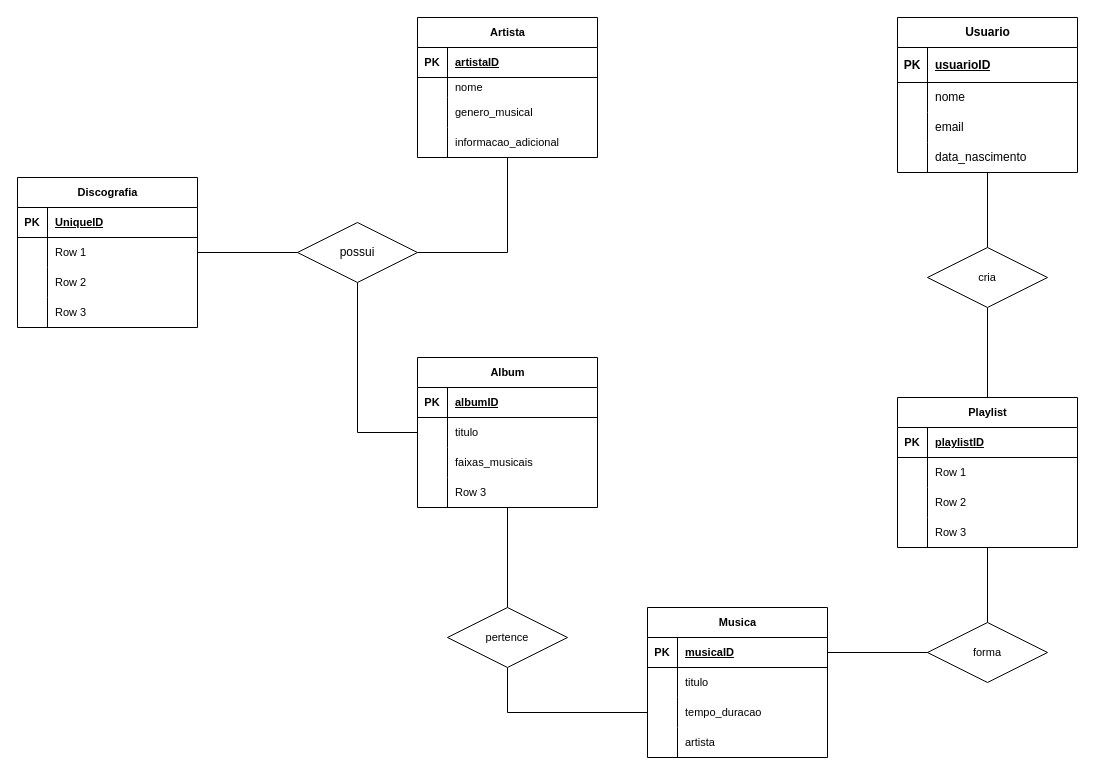
The draw.io diagram sonzao.drawio in cadullira/facorganizacao, before the edit. Source tidied: cells renumbered, new cells numbered last; positions are measured from the earlier drawing's top-left corner, leaving out a move shared by most shapes. Both pictures are drawn from the tidied source at 100%, with x=0, y=0 at pixel (17, 17).
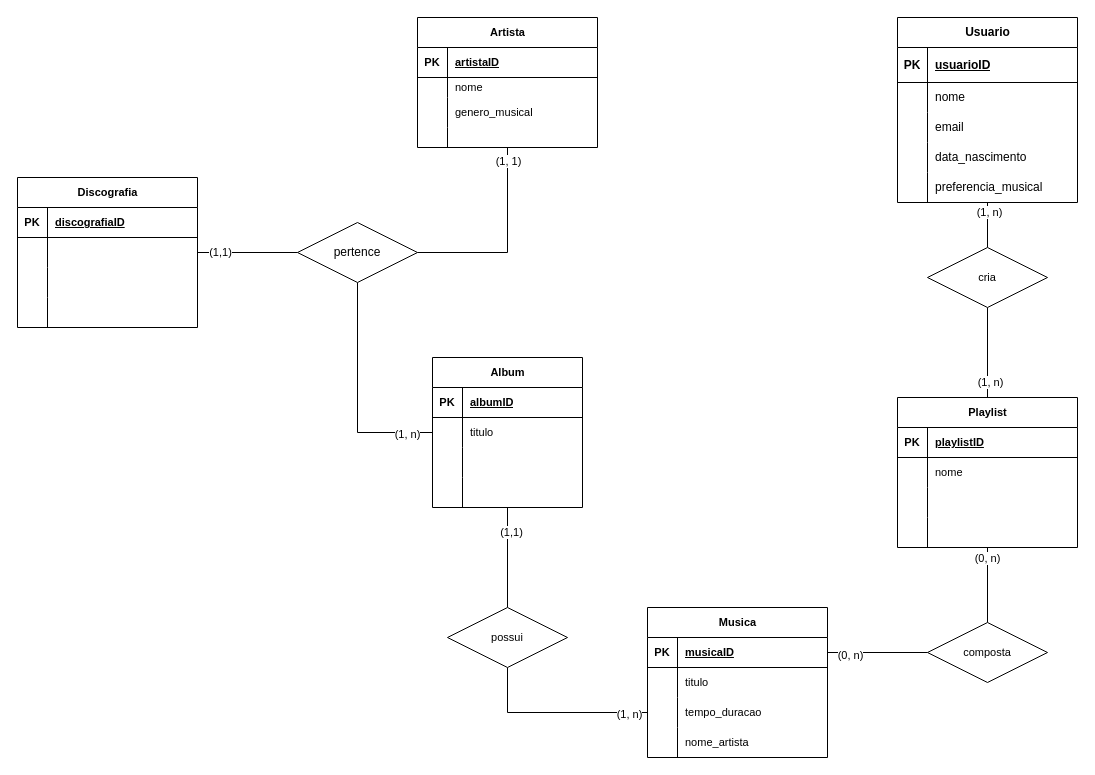
The same page after the edit.

Commit message:
Finaliza sonzao.drawio para envio

The change refers to these unchanged cells:
```xml
<mxCell id="2" style="edgeStyle=orthogonalEdgeStyle;rounded=0;jettySize=auto;html=1;strokeColor=default;align=center;verticalAlign=middle;fontFamily=Helvetica;fontSize=11;fontColor=default;labelBackgroundColor=default;endArrow=none;endFill=0;" parent="1" edge="1" source="3" target="90">
  <mxGeometry relative="1" as="geometry" />
</mxCell>
<mxCell id="16" style="edgeStyle=orthogonalEdgeStyle;rounded=0;jettySize=auto;html=1;strokeColor=default;align=center;verticalAlign=middle;fontFamily=Helvetica;fontSize=11;fontColor=default;labelBackgroundColor=default;endArrow=none;endFill=0;" parent="1" edge="1" source="18" target="78">
  <mxGeometry relative="1" as="geometry" />
</mxCell>
<mxCell id="17" style="edgeStyle=orthogonalEdgeStyle;rounded=0;jettySize=auto;html=1;entryX=0;entryY=0.5;entryDx=0;entryDy=0;strokeColor=default;align=center;verticalAlign=middle;fontFamily=Helvetica;fontSize=11;fontColor=default;labelBackgroundColor=default;endArrow=none;endFill=0;" parent="1" edge="1" source="18" target="38">
  <mxGeometry relative="1" as="geometry" />
</mxCell>
<mxCell id="19" style="edgeStyle=orthogonalEdgeStyle;rounded=0;jettySize=auto;html=1;entryX=1;entryY=0.5;entryDx=0;entryDy=0;strokeColor=default;align=center;verticalAlign=middle;fontFamily=Helvetica;fontSize=11;fontColor=default;labelBackgroundColor=default;endArrow=none;endFill=0;" parent="1" edge="1" source="20" target="18">
  <mxGeometry relative="1" as="geometry" />
</mxCell>
<mxCell id="33" style="edgeStyle=orthogonalEdgeStyle;rounded=0;jettySize=auto;html=1;entryX=0.5;entryY=0;entryDx=0;entryDy=0;strokeColor=default;align=center;verticalAlign=middle;fontFamily=Helvetica;fontSize=11;fontColor=default;labelBackgroundColor=default;endArrow=none;endFill=0;" parent="1" edge="1" source="34" target="88">
  <mxGeometry relative="1" as="geometry" />
</mxCell>
<mxCell id="47" style="edgeStyle=orthogonalEdgeStyle;rounded=0;jettySize=auto;html=1;entryX=0.5;entryY=0;entryDx=0;entryDy=0;strokeColor=default;align=center;verticalAlign=middle;fontFamily=Helvetica;fontSize=11;fontColor=default;labelBackgroundColor=default;endArrow=none;endFill=0;" parent="1" edge="1" source="48" target="92">
  <mxGeometry relative="1" as="geometry" />
</mxCell>
<mxCell id="52" style="shape=tableRow;horizontal=0;startSize=0;swimlaneHead=0;swimlaneBody=0;fillColor=none;top=0;left=0;right=0;bottom=0;fontFamily=Helvetica;fontSize=11;fontColor=default;labelBackgroundColor=default;" parent="48" vertex="1">
  <mxGeometry y="60" width="180" height="30" as="geometry" />
</mxCell>
<mxCell id="55" style="shape=tableRow;horizontal=0;startSize=0;swimlaneHead=0;swimlaneBody=0;fillColor=none;top=0;left=0;right=0;bottom=0;fontFamily=Helvetica;fontSize=11;fontColor=default;labelBackgroundColor=default;" parent="48" vertex="1">
  <mxGeometry y="90" width="180" height="30" as="geometry" />
</mxCell>
<mxCell id="58" style="shape=tableRow;horizontal=0;startSize=0;swimlaneHead=0;swimlaneBody=0;fillColor=none;top=0;left=0;right=0;bottom=0;fontFamily=Helvetica;fontSize=11;fontColor=default;labelBackgroundColor=default;" parent="48" vertex="1">
  <mxGeometry y="120" width="180" height="30" as="geometry" />
</mxCell>
<mxCell id="71" style="shape=tableRow;horizontal=0;startSize=0;swimlaneHead=0;swimlaneBody=0;fillColor=none;top=0;left=0;right=0;bottom=0;fontFamily=Helvetica;fontSize=11;fontColor=default;labelBackgroundColor=default;" parent="61" vertex="1">
  <mxGeometry y="120" width="180" height="30" as="geometry" />
</mxCell>
<mxCell id="75" style="shape=tableRow;horizontal=0;startSize=0;swimlaneHead=0;swimlaneBody=0;fillColor=none;top=0;left=0;right=0;bottom=1;fontFamily=Helvetica;fontSize=11;fontColor=default;labelBackgroundColor=default;" parent="74" vertex="1">
  <mxGeometry y="30" width="180" height="30" as="geometry" />
</mxCell>
<mxCell id="78" style="shape=tableRow;horizontal=0;startSize=0;swimlaneHead=0;swimlaneBody=0;fillColor=none;points=[[0,0.5],[1,0.5]];portConstraint=eastwest;top=0;left=0;right=0;bottom=0;fontFamily=Helvetica;fontSize=11;fontColor=default;labelBackgroundColor=default;" parent="74" vertex="1">
  <mxGeometry y="60" width="180" height="30" as="geometry" />
</mxCell>
<mxCell id="81" style="shape=tableRow;horizontal=0;startSize=0;swimlaneHead=0;swimlaneBody=0;fillColor=none;top=0;left=0;right=0;bottom=0;fontFamily=Helvetica;fontSize=11;fontColor=default;labelBackgroundColor=default;" parent="74" vertex="1">
  <mxGeometry y="90" width="180" height="30" as="geometry" />
</mxCell>
<mxCell id="84" style="shape=tableRow;horizontal=0;startSize=0;swimlaneHead=0;swimlaneBody=0;fillColor=none;top=0;left=0;right=0;bottom=0;fontFamily=Helvetica;fontSize=11;fontColor=default;labelBackgroundColor=default;" parent="74" vertex="1">
  <mxGeometry y="120" width="180" height="30" as="geometry" />
</mxCell>
<mxCell id="87" style="edgeStyle=orthogonalEdgeStyle;rounded=0;jettySize=auto;html=1;entryX=0;entryY=0.5;entryDx=0;entryDy=0;strokeColor=default;align=center;verticalAlign=middle;fontFamily=Helvetica;fontSize=11;fontColor=default;labelBackgroundColor=default;endArrow=none;endFill=0;" parent="1" edge="1" source="88" target="68">
  <mxGeometry relative="1" as="geometry" />
</mxCell>
<mxCell id="89" style="edgeStyle=orthogonalEdgeStyle;rounded=0;jettySize=auto;html=1;entryX=0.5;entryY=0;entryDx=0;entryDy=0;strokeColor=default;align=center;verticalAlign=middle;fontFamily=Helvetica;fontSize=11;fontColor=default;labelBackgroundColor=default;endArrow=none;endFill=0;" parent="1" edge="1" source="90" target="48">
  <mxGeometry relative="1" as="geometry" />
</mxCell>
<mxCell id="91" style="edgeStyle=orthogonalEdgeStyle;rounded=0;jettySize=auto;html=1;strokeColor=default;align=center;verticalAlign=middle;fontFamily=Helvetica;fontSize=11;fontColor=default;labelBackgroundColor=default;endArrow=none;endFill=0;" parent="1" edge="1" source="92" target="62">
  <mxGeometry relative="1" as="geometry" />
</mxCell>
```

The edit, as a diff of the source:
```diff
@@
+    <mxCell id="93" value="(1, n)" style="edgeLabel;html=1;align=center;verticalAlign=middle;" parent="2" vertex="1">
+      <mxGeometry x="-0.6" y="1" relative="1" as="geometry" />
+    </mxCell>
     <mxCell id="3" value="Usuario" style="shape=table;startSize=30;childLayout=tableLayout;rowLines=0;fontStyle=1;align=center;html=1;" parent="1" vertex="1">
-      <mxGeometry x="880" width="180" height="155" as="geometry" />
+      <mxGeometry x="880" width="180" height="185" as="geometry" />
     </mxCell>
@@
+    <mxCell id="94" style="shape=tableRow;horizontal=0;startSize=0;swimlaneHead=0;swimlaneBody=0;fillColor=none;top=0;left=0;right=0;bottom=0;" parent="3" vertex="1">
+      <mxGeometry y="155" width="180" height="30" as="geometry" />
+    </mxCell>
+    <mxCell id="95" style="shape=partialRectangle;fillColor=none;top=0;left=0;bottom=0;right=0;overflow=hidden;whiteSpace=wrap;html=1;" parent="94" vertex="1">
+      <mxGeometry width="30" height="30" as="geometry" />
+    </mxCell>
+    <mxCell id="96" value="preferencia_musical" style="shape=partialRectangle;fillColor=none;top=0;left=0;bottom=0;right=0;align=left;spacingLeft=6;overflow=hidden;whiteSpace=wrap;html=1;" parent="94" vertex="1">
+      <mxGeometry x="30" width="150" height="30" as="geometry" />
+    </mxCell>
@@
+    <mxCell id="97" value="(1,1)" style="edgeLabel;html=1;align=center;verticalAlign=middle;" parent="16" vertex="1">
+      <mxGeometry x="0.57" y="-1" relative="1" as="geometry" />
+    </mxCell>
@@
+    <mxCell id="98" value="(1, n)" style="edgeLabel;html=1;align=center;verticalAlign=middle;" parent="17" vertex="1">
+      <mxGeometry x="0.77" y="-1" relative="1" as="geometry" />
+    </mxCell>
-    <mxCell id="18" value="possui" style="shape=rhombus;perimeter=rhombusPerimeter;whiteSpace=wrap;html=1;align=center;" parent="1" vertex="1">
+    <mxCell id="18" value="pertence" style="shape=rhombus;perimeter=rhombusPerimeter;whiteSpace=wrap;html=1;align=center;" parent="1" vertex="1">
       <mxGeometry x="280" y="205" width="120" height="60" as="geometry" />
     </mxCell>
@@
+    <mxCell id="99" value="(1, 1)" style="edgeLabel;html=1;align=center;verticalAlign=middle;" parent="19" vertex="1">
+      <mxGeometry x="-0.48" y="2" relative="1" as="geometry">
+        <mxPoint x="-2" y="-38" as="offset" />
+      </mxGeometry>
+    </mxCell>
     <mxCell id="20" value="Artista" style="shape=table;startSize=30;childLayout=tableLayout;rowLines=0;fontStyle=1;align=center;html=1;fontFamily=Helvetica;fontSize=11;fontColor=default;labelBackgroundColor=default;" parent="1" vertex="1">
-      <mxGeometry x="400" width="180" height="140" as="geometry" />
+      <mxGeometry x="400" width="180" height="130" as="geometry" />
     </mxCell>
@@
     <mxCell id="30" style="shape=tableRow;horizontal=0;startSize=0;swimlaneHead=0;swimlaneBody=0;fillColor=none;top=0;left=0;right=0;bottom=0;fontFamily=Helvetica;fontSize=11;fontColor=default;labelBackgroundColor=default;" parent="20" vertex="1">
-      <mxGeometry y="110" width="180" height="30" as="geometry" />
+      <mxGeometry y="110" width="180" height="20" as="geometry" />
     </mxCell>
     <mxCell id="31" style="shape=partialRectangle;fillColor=none;top=0;left=0;bottom=0;right=0;overflow=hidden;whiteSpace=wrap;html=1;fontFamily=Helvetica;fontSize=11;fontColor=default;labelBackgroundColor=default;" parent="30" vertex="1">
-      <mxGeometry width="30" height="30" as="geometry" />
+      <mxGeometry width="30" height="20" as="geometry" />
     </mxCell>
-    <mxCell id="32" value="informacao_adicional" style="shape=partialRectangle;fillColor=none;top=0;left=0;bottom=0;right=0;align=left;spacingLeft=6;overflow=hidden;whiteSpace=wrap;html=1;fontFamily=Helvetica;fontSize=11;fontColor=default;labelBackgroundColor=default;" parent="30" vertex="1">
-      <mxGeometry x="30" width="150" height="30" as="geometry" />
+    <mxCell id="32" style="shape=partialRectangle;fillColor=none;top=0;left=0;bottom=0;right=0;align=left;spacingLeft=6;overflow=hidden;whiteSpace=wrap;html=1;fontFamily=Helvetica;fontSize=11;fontColor=default;labelBackgroundColor=default;" parent="30" vertex="1">
+      <mxGeometry x="30" width="150" height="20" as="geometry" />
     </mxCell>
@@
+    <mxCell id="100" value="(1,1)" style="edgeLabel;html=1;align=center;verticalAlign=middle;" parent="33" vertex="1">
+      <mxGeometry x="-0.54" y="3" relative="1" as="geometry">
+        <mxPoint y="1" as="offset" />
+      </mxGeometry>
+    </mxCell>
     <mxCell id="34" value="Album" style="shape=table;startSize=30;childLayout=tableLayout;rowLines=0;fontStyle=1;align=center;html=1;fontFamily=Helvetica;fontSize=11;fontColor=default;labelBackgroundColor=default;" parent="1" vertex="1">
-      <mxGeometry x="400" y="340" width="180" height="150" as="geometry" />
+      <mxGeometry x="415" y="340" width="150" height="150" as="geometry" />
     </mxCell>
     <mxCell id="35" style="shape=tableRow;horizontal=0;startSize=0;swimlaneHead=0;swimlaneBody=0;fillColor=none;top=0;left=0;right=0;bottom=1;fontFamily=Helvetica;fontSize=11;fontColor=default;labelBackgroundColor=default;" parent="34" vertex="1">
-      <mxGeometry y="30" width="180" height="30" as="geometry" />
+      <mxGeometry y="30" width="150" height="30" as="geometry" />
     </mxCell>
@@
     <mxCell id="37" value="albumID" style="shape=partialRectangle;fillColor=none;top=0;left=0;bottom=0;right=0;align=left;spacingLeft=6;fontStyle=5;overflow=hidden;whiteSpace=wrap;html=1;fontFamily=Helvetica;fontSize=11;fontColor=default;labelBackgroundColor=default;" parent="35" vertex="1">
-      <mxGeometry x="30" width="150" height="30" as="geometry" />
+      <mxGeometry x="30" width="120" height="30" as="geometry" />
     </mxCell>
     <mxCell id="38" style="shape=tableRow;horizontal=0;startSize=0;swimlaneHead=0;swimlaneBody=0;fillColor=none;points=[[0,0.5],[1,0.5]];portConstraint=eastwest;top=0;left=0;right=0;bottom=0;fontFamily=Helvetica;fontSize=11;fontColor=default;labelBackgroundColor=default;" parent="34" vertex="1">
-      <mxGeometry y="60" width="180" height="30" as="geometry" />
+      <mxGeometry y="60" width="150" height="30" as="geometry" />
     </mxCell>
@@
     <mxCell id="40" value="titulo" style="shape=partialRectangle;fillColor=none;top=0;left=0;bottom=0;right=0;align=left;spacingLeft=6;overflow=hidden;whiteSpace=wrap;html=1;fontFamily=Helvetica;fontSize=11;fontColor=default;labelBackgroundColor=default;" parent="38" vertex="1">
-      <mxGeometry x="30" width="150" height="30" as="geometry" />
+      <mxGeometry x="30" width="120" height="30" as="geometry" />
     </mxCell>
     <mxCell id="41" style="shape=tableRow;horizontal=0;startSize=0;swimlaneHead=0;swimlaneBody=0;fillColor=none;top=0;left=0;right=0;bottom=0;fontFamily=Helvetica;fontSize=11;fontColor=default;labelBackgroundColor=default;" parent="34" vertex="1">
-      <mxGeometry y="90" width="180" height="30" as="geometry" />
+      <mxGeometry y="90" width="150" height="30" as="geometry" />
     </mxCell>
@@
-    <mxCell id="43" value="faixas_musicais" style="shape=partialRectangle;fillColor=none;top=0;left=0;bottom=0;right=0;align=left;spacingLeft=6;overflow=hidden;whiteSpace=wrap;html=1;fontFamily=Helvetica;fontSize=11;fontColor=default;labelBackgroundColor=default;" parent="41" vertex="1">
-      <mxGeometry x="30" width="150" height="30" as="geometry" />
+    <mxCell id="43" style="shape=partialRectangle;fillColor=none;top=0;left=0;bottom=0;right=0;align=left;spacingLeft=6;overflow=hidden;whiteSpace=wrap;html=1;fontFamily=Helvetica;fontSize=11;fontColor=default;labelBackgroundColor=default;" parent="41" vertex="1">
+      <mxGeometry x="30" width="120" height="30" as="geometry" />
     </mxCell>
     <mxCell id="44" style="shape=tableRow;horizontal=0;startSize=0;swimlaneHead=0;swimlaneBody=0;fillColor=none;top=0;left=0;right=0;bottom=0;fontFamily=Helvetica;fontSize=11;fontColor=default;labelBackgroundColor=default;" parent="34" vertex="1">
-      <mxGeometry y="120" width="180" height="30" as="geometry" />
+      <mxGeometry y="120" width="150" height="30" as="geometry" />
     </mxCell>
@@
-    <mxCell id="46" value="Row 3" style="shape=partialRectangle;fillColor=none;top=0;left=0;bottom=0;right=0;align=left;spacingLeft=6;overflow=hidden;whiteSpace=wrap;html=1;fontFamily=Helvetica;fontSize=11;fontColor=default;labelBackgroundColor=default;" parent="44" vertex="1">
-      <mxGeometry x="30" width="150" height="30" as="geometry" />
+    <mxCell id="46" style="shape=partialRectangle;fillColor=none;top=0;left=0;bottom=0;right=0;align=left;spacingLeft=6;overflow=hidden;whiteSpace=wrap;html=1;fontFamily=Helvetica;fontSize=11;fontColor=default;labelBackgroundColor=default;" parent="44" vertex="1">
+      <mxGeometry x="30" width="120" height="30" as="geometry" />
     </mxCell>
@@
+    <mxCell id="101" value="(0, n)" style="edgeLabel;html=1;align=center;verticalAlign=middle;" parent="47" vertex="1">
+      <mxGeometry x="-0.74" y="-1" relative="1" as="geometry" />
+    </mxCell>
@@
-    <mxCell id="54" value="Row 1" style="shape=partialRectangle;fillColor=none;top=0;left=0;bottom=0;right=0;align=left;spacingLeft=6;overflow=hidden;whiteSpace=wrap;html=1;fontFamily=Helvetica;fontSize=11;fontColor=default;labelBackgroundColor=default;" parent="52" vertex="1">
+    <mxCell id="54" value="nome" style="shape=partialRectangle;fillColor=none;top=0;left=0;bottom=0;right=0;align=left;spacingLeft=6;overflow=hidden;whiteSpace=wrap;html=1;fontFamily=Helvetica;fontSize=11;fontColor=default;labelBackgroundColor=default;" parent="52" vertex="1">
       <mxGeometry x="30" width="150" height="30" as="geometry" />
     </mxCell>
@@
-    <mxCell id="57" value="Row 2" style="shape=partialRectangle;fillColor=none;top=0;left=0;bottom=0;right=0;align=left;spacingLeft=6;overflow=hidden;whiteSpace=wrap;html=1;fontFamily=Helvetica;fontSize=11;fontColor=default;labelBackgroundColor=default;" parent="55" vertex="1">
+    <mxCell id="57" style="shape=partialRectangle;fillColor=none;top=0;left=0;bottom=0;right=0;align=left;spacingLeft=6;overflow=hidden;whiteSpace=wrap;html=1;fontFamily=Helvetica;fontSize=11;fontColor=default;labelBackgroundColor=default;" parent="55" vertex="1">
       <mxGeometry x="30" width="150" height="30" as="geometry" />
     </mxCell>
@@
-    <mxCell id="60" value="Row 3" style="shape=partialRectangle;fillColor=none;top=0;left=0;bottom=0;right=0;align=left;spacingLeft=6;overflow=hidden;whiteSpace=wrap;html=1;fontFamily=Helvetica;fontSize=11;fontColor=default;labelBackgroundColor=default;" parent="58" vertex="1">
+    <mxCell id="60" style="shape=partialRectangle;fillColor=none;top=0;left=0;bottom=0;right=0;align=left;spacingLeft=6;overflow=hidden;whiteSpace=wrap;html=1;fontFamily=Helvetica;fontSize=11;fontColor=default;labelBackgroundColor=default;" parent="58" vertex="1">
       <mxGeometry x="30" width="150" height="30" as="geometry" />
     </mxCell>
@@
-    <mxCell id="73" value="artista" style="shape=partialRectangle;fillColor=none;top=0;left=0;bottom=0;right=0;align=left;spacingLeft=6;overflow=hidden;whiteSpace=wrap;html=1;fontFamily=Helvetica;fontSize=11;fontColor=default;labelBackgroundColor=default;" parent="71" vertex="1">
+    <mxCell id="73" value="nome_artista" style="shape=partialRectangle;fillColor=none;top=0;left=0;bottom=0;right=0;align=left;spacingLeft=6;overflow=hidden;whiteSpace=wrap;html=1;fontFamily=Helvetica;fontSize=11;fontColor=default;labelBackgroundColor=default;" parent="71" vertex="1">
       <mxGeometry x="30" width="150" height="30" as="geometry" />
     </mxCell>
@@
-    <mxCell id="77" value="UniqueID" style="shape=partialRectangle;fillColor=none;top=0;left=0;bottom=0;right=0;align=left;spacingLeft=6;fontStyle=5;overflow=hidden;whiteSpace=wrap;html=1;fontFamily=Helvetica;fontSize=11;fontColor=default;labelBackgroundColor=default;" parent="75" vertex="1">
+    <mxCell id="77" value="discografiaID" style="shape=partialRectangle;fillColor=none;top=0;left=0;bottom=0;right=0;align=left;spacingLeft=6;fontStyle=5;overflow=hidden;whiteSpace=wrap;html=1;fontFamily=Helvetica;fontSize=11;fontColor=default;labelBackgroundColor=default;" parent="75" vertex="1">
       <mxGeometry x="30" width="150" height="30" as="geometry" />
     </mxCell>
@@
-    <mxCell id="80" value="Row 1" style="shape=partialRectangle;fillColor=none;top=0;left=0;bottom=0;right=0;align=left;spacingLeft=6;overflow=hidden;whiteSpace=wrap;html=1;fontFamily=Helvetica;fontSize=11;fontColor=default;labelBackgroundColor=default;" parent="78" vertex="1">
+    <mxCell id="80" style="shape=partialRectangle;fillColor=none;top=0;left=0;bottom=0;right=0;align=left;spacingLeft=6;overflow=hidden;whiteSpace=wrap;html=1;fontFamily=Helvetica;fontSize=11;fontColor=default;labelBackgroundColor=default;" parent="78" vertex="1">
       <mxGeometry x="30" width="150" height="30" as="geometry" />
     </mxCell>
@@
-    <mxCell id="83" value="Row 2" style="shape=partialRectangle;fillColor=none;top=0;left=0;bottom=0;right=0;align=left;spacingLeft=6;overflow=hidden;whiteSpace=wrap;html=1;fontFamily=Helvetica;fontSize=11;fontColor=default;labelBackgroundColor=default;" parent="81" vertex="1">
+    <mxCell id="83" style="shape=partialRectangle;fillColor=none;top=0;left=0;bottom=0;right=0;align=left;spacingLeft=6;overflow=hidden;whiteSpace=wrap;html=1;fontFamily=Helvetica;fontSize=11;fontColor=default;labelBackgroundColor=default;" parent="81" vertex="1">
       <mxGeometry x="30" width="150" height="30" as="geometry" />
     </mxCell>
@@
-    <mxCell id="86" value="Row 3" style="shape=partialRectangle;fillColor=none;top=0;left=0;bottom=0;right=0;align=left;spacingLeft=6;overflow=hidden;whiteSpace=wrap;html=1;fontFamily=Helvetica;fontSize=11;fontColor=default;labelBackgroundColor=default;" parent="84" vertex="1">
+    <mxCell id="86" style="shape=partialRectangle;fillColor=none;top=0;left=0;bottom=0;right=0;align=left;spacingLeft=6;overflow=hidden;whiteSpace=wrap;html=1;fontFamily=Helvetica;fontSize=11;fontColor=default;labelBackgroundColor=default;" parent="84" vertex="1">
       <mxGeometry x="30" width="150" height="30" as="geometry" />
     </mxCell>
@@
+    <mxCell id="102" value="(1, n)" style="edgeLabel;html=1;align=center;verticalAlign=middle;" parent="87" vertex="1">
+      <mxGeometry x="0.79" y="-1" relative="1" as="geometry" />
+    </mxCell>
-    <mxCell id="88" value="pertence" style="shape=rhombus;perimeter=rhombusPerimeter;whiteSpace=wrap;html=1;align=center;fontFamily=Helvetica;fontSize=11;fontColor=default;labelBackgroundColor=default;" parent="1" vertex="1">
+    <mxCell id="88" value="possui" style="shape=rhombus;perimeter=rhombusPerimeter;whiteSpace=wrap;html=1;align=center;fontFamily=Helvetica;fontSize=11;fontColor=default;labelBackgroundColor=default;" parent="1" vertex="1">
       <mxGeometry x="430" y="590" width="120" height="60" as="geometry" />
     </mxCell>
@@
+    <mxCell id="103" value="(1, n)" style="edgeLabel;html=1;align=center;verticalAlign=middle;" parent="89" vertex="1">
+      <mxGeometry x="0.65" y="2" relative="1" as="geometry" />
+    </mxCell>
@@
+    <mxCell id="104" value="(0, n)" style="edgeLabel;html=1;align=center;verticalAlign=middle;" parent="91" vertex="1">
+      <mxGeometry x="0.56" y="2" relative="1" as="geometry" />
+    </mxCell>
-    <mxCell id="92" value="forma" style="shape=rhombus;perimeter=rhombusPerimeter;whiteSpace=wrap;html=1;align=center;fontFamily=Helvetica;fontSize=11;fontColor=default;labelBackgroundColor=default;" parent="1" vertex="1">
+    <mxCell id="92" value="composta" style="shape=rhombus;perimeter=rhombusPerimeter;whiteSpace=wrap;html=1;align=center;fontFamily=Helvetica;fontSize=11;fontColor=default;labelBackgroundColor=default;" parent="1" vertex="1">
       <mxGeometry x="910" y="605" width="120" height="60" as="geometry" />
     </mxCell>
```
